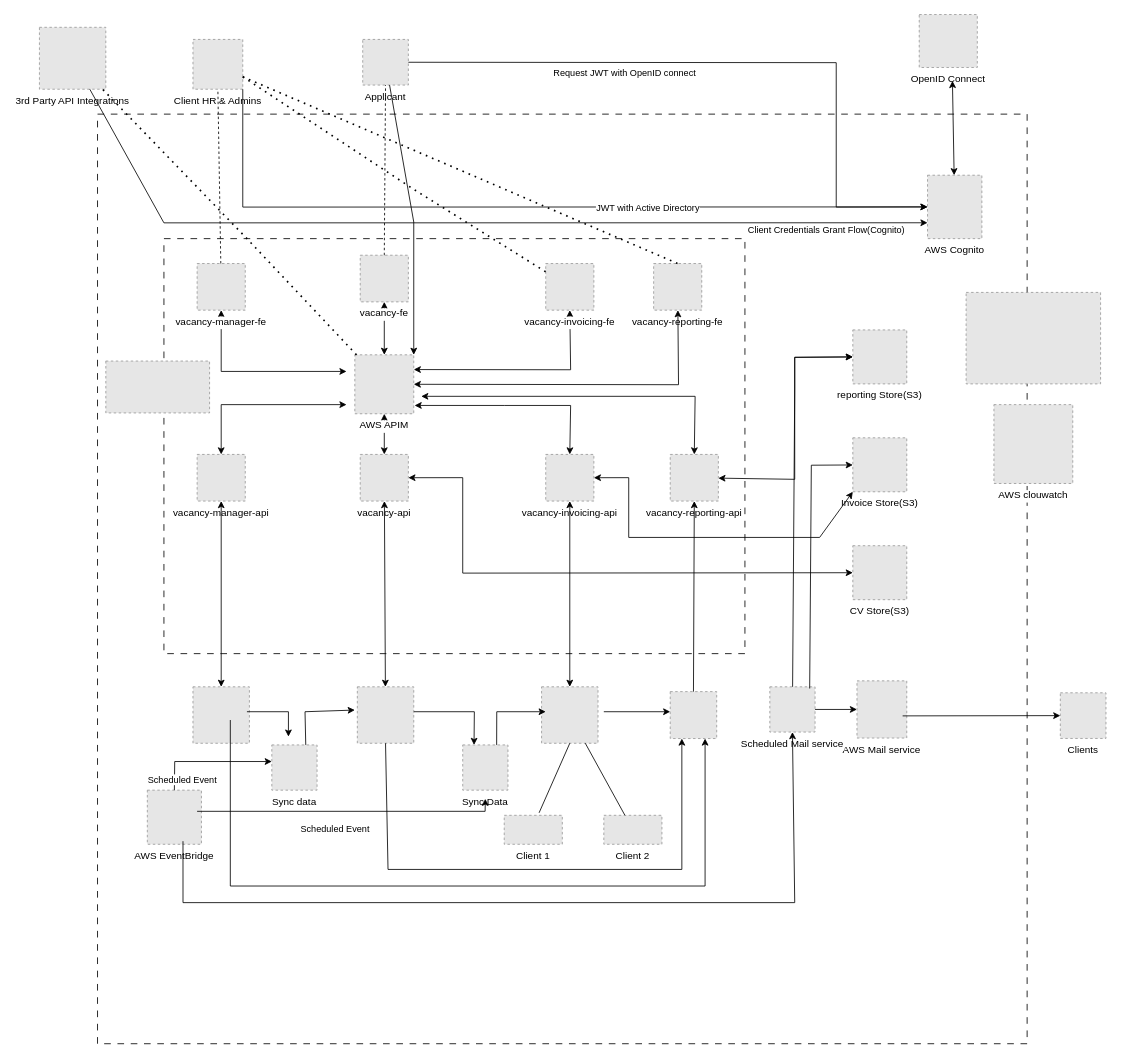
Earlier version of the draw.io diagram design/deployment_architecture.drawio (peguses/education). Source tidied: cells renumbered, new cells numbered last; positions are measured from the earlier drawing's top-left corner, leaving out a move shared by most shapes. Both pictures are drawn from the tidied source at 83%, with x=0, y=0 at pixel (39, 14). Pictures stored in the file or linked from it are replaced by grey dashed boxes.
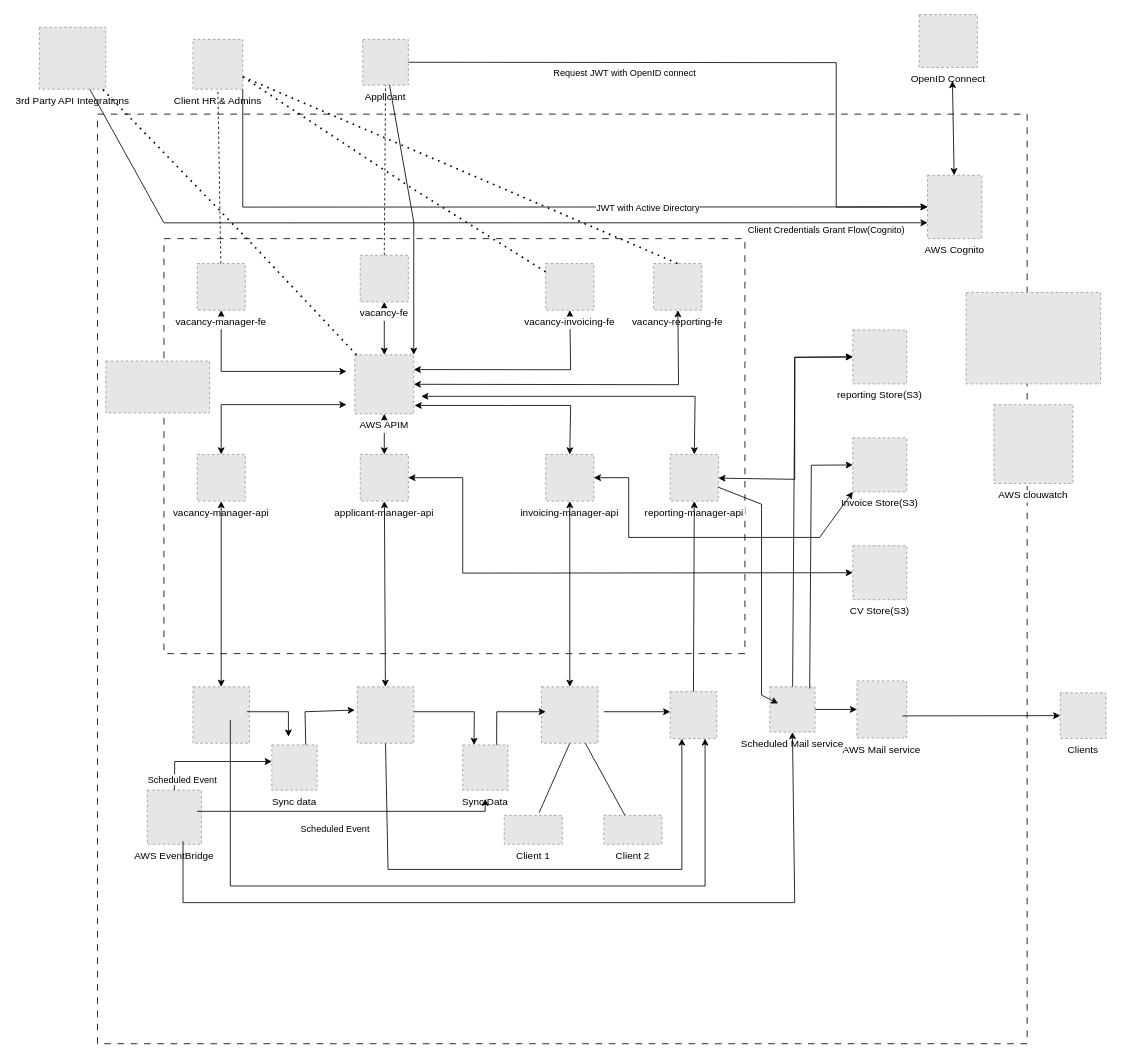
After the change.

The change refers to these unchanged cells:
```xml
<mxCell id="54" value="Scheduled Mail service" style="fillColor=#E6E6E6;strokeColor=#999999;dashed=1;verticalLabelPosition=bottom;labelBackgroundColor=default;verticalAlign=top;" parent="1" vertex="1">
  <mxGeometry x="880" y="810" width="54.5" height="54.5" as="geometry" />
</mxCell>
```

What changed in the source:
```diff
@@
-    <mxCell id="13" value="vacancy-api" style="fillColor=#E6E6E6;strokeColor=#999999;dashed=1;verticalLabelPosition=bottom;labelBackgroundColor=default;verticalAlign=top;" parent="1" vertex="1">
+    <mxCell id="13" value="applicant-manager-api" style="fillColor=#E6E6E6;strokeColor=#999999;dashed=1;verticalLabelPosition=bottom;labelBackgroundColor=default;verticalAlign=top;" parent="1" vertex="1">
       <mxGeometry x="386.5" y="530" width="58" height="56.2" as="geometry" />
     </mxCell>
@@
-    <mxCell id="15" value="vacancy-invoicing-api" style="fillColor=#E6E6E6;strokeColor=#999999;dashed=1;verticalLabelPosition=bottom;labelBackgroundColor=default;verticalAlign=top;" parent="1" vertex="1">
+    <mxCell id="15" value="invoicing-manager-api" style="fillColor=#E6E6E6;strokeColor=#999999;dashed=1;verticalLabelPosition=bottom;labelBackgroundColor=default;verticalAlign=top;" parent="1" vertex="1">
       <mxGeometry x="610" y="530" width="58" height="56.2" as="geometry" />
     </mxCell>
@@
-    <mxCell id="48" value="vacancy-reporting-api" style="fillColor=#E6E6E6;strokeColor=#999999;dashed=1;verticalLabelPosition=bottom;labelBackgroundColor=default;verticalAlign=top;" parent="1" vertex="1">
+    <mxCell id="48" value="reporting-manager-api" style="fillColor=#E6E6E6;strokeColor=#999999;dashed=1;verticalLabelPosition=bottom;labelBackgroundColor=default;verticalAlign=top;" parent="1" vertex="1">
       <mxGeometry x="760" y="530" width="58" height="56.2" as="geometry" />
     </mxCell>
@@
+    <mxCell id="82" style="endArrow=classic;html=1;rounded=0;entryX=0.183;entryY=0.367;entryDx=0;entryDy=0;entryPerimeter=0;" parent="1" edge="1" source="48" target="54">
+      <mxGeometry relative="1" as="geometry">
+        <Array as="points">
+          <mxPoint x="870" y="590" />
+          <mxPoint x="870" y="820" />
+        </Array>
+      </mxGeometry>
+    </mxCell>
```
